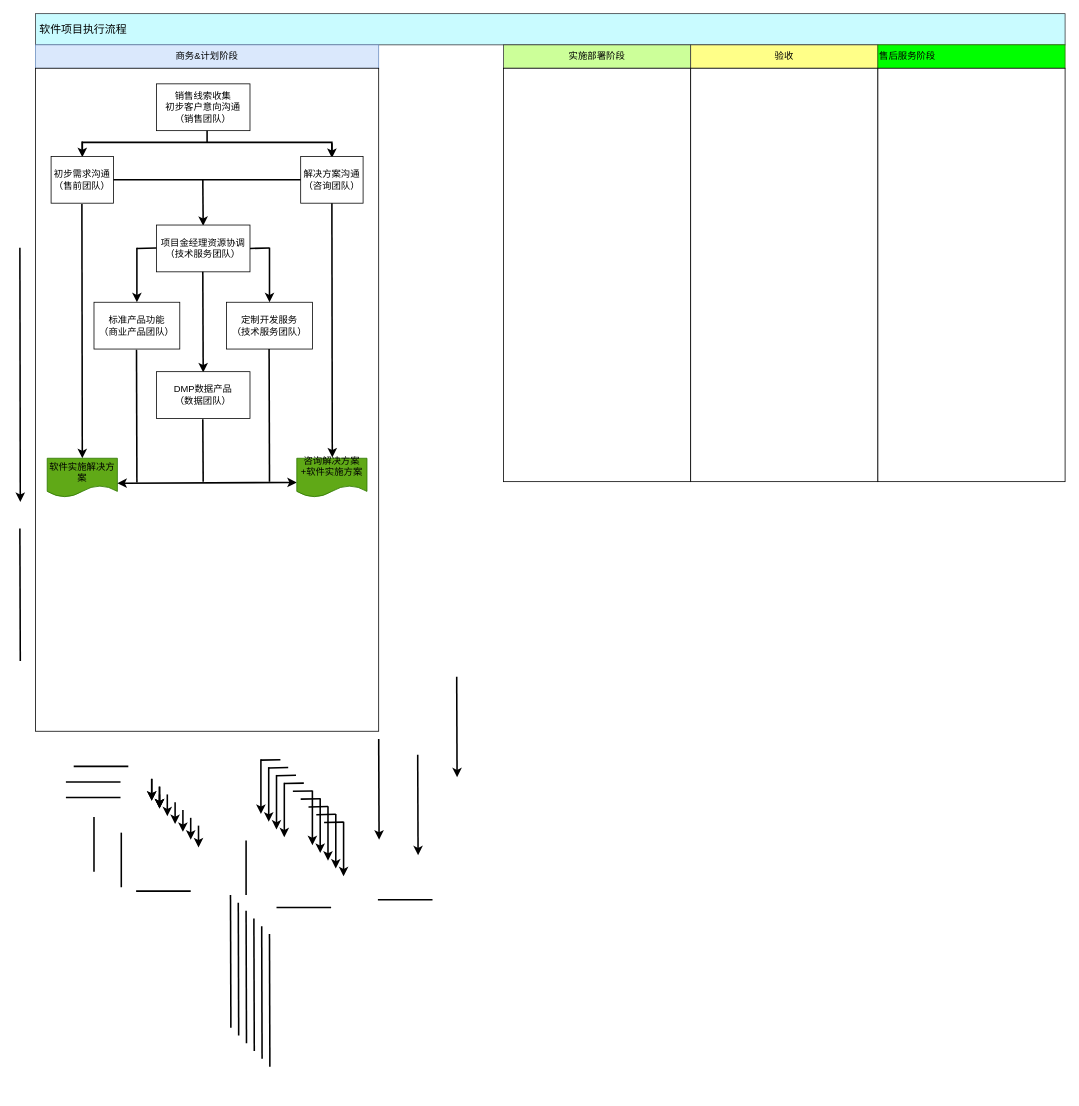
Before: 未命名绘图.drawio in pingxinerlun/Demo, a draw.io diagram. Source tidied: cells renumbered, new cells numbered last; positions are measured from the earlier drawing's top-left corner, leaving out a move shared by most shapes. Both pictures are drawn from the tidied source at 78%, with x=0, y=0 at pixel (20, 13).
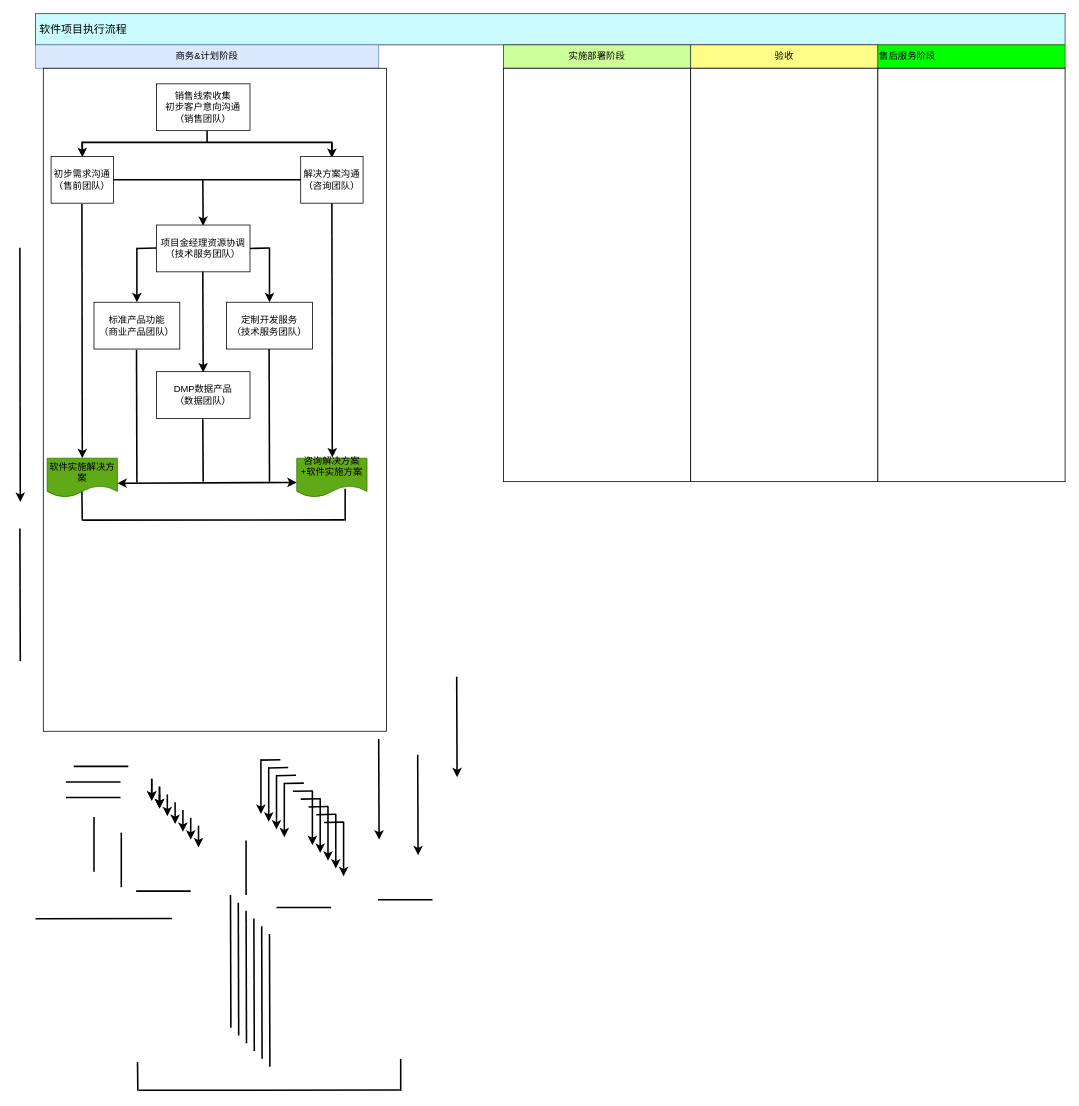
The same page after the edit.

Commit message:
左右大连接.drawio

The edit, as a diff of the source:
```diff
@@
     <mxCell id="7" style="rounded=0;whiteSpace=wrap;html=1;align=left;fillColor=#FFFFFF;" parent="1" vertex="1">
-      <mxGeometry x="20" y="70" width="440" height="850" as="geometry" />
+      <mxGeometry x="30" y="70" width="440" height="850" as="geometry" />
     </mxCell>
@@
+    <mxCell id="84" style="endArrow=none;html=1;strokeWidth=2;exitX=0.023;exitY=0.671;exitDx=0;exitDy=0;exitPerimeter=0;" parent="1" edge="1">
+      <mxGeometry relative="1" as="geometry">
+        <mxPoint x="81.1" y="649.3" as="sourcePoint" />
+        <mxPoint x="416" y="649" as="targetPoint" />
+      </mxGeometry>
+    </mxCell>
+    <mxCell id="85" style="endArrow=none;html=1;strokeWidth=2;exitX=0.023;exitY=0.671;exitDx=0;exitDy=0;exitPerimeter=0;" parent="1" edge="1">
+      <mxGeometry relative="1" as="geometry">
+        <mxPoint x="20" y="1160.3" as="sourcePoint" />
+        <mxPoint x="194.9" y="1160" as="targetPoint" />
+      </mxGeometry>
+    </mxCell>
+    <mxCell id="86" style="endArrow=none;html=1;strokeWidth=2;" parent="1" edge="1">
+      <mxGeometry relative="1" as="geometry">
+        <mxPoint x="80" y="650" as="sourcePoint" />
+        <mxPoint x="79.5" y="613" as="targetPoint" />
+      </mxGeometry>
+    </mxCell>
+    <mxCell id="87" style="endArrow=none;html=1;strokeWidth=2;" parent="1" edge="1">
+      <mxGeometry relative="1" as="geometry">
+        <mxPoint x="417" y="650" as="sourcePoint" />
+        <mxPoint x="417" y="609" as="targetPoint" />
+      </mxGeometry>
+    </mxCell>
+    <mxCell id="88" style="endArrow=none;html=1;strokeWidth=2;exitX=0.023;exitY=0.671;exitDx=0;exitDy=0;exitPerimeter=0;" parent="1" edge="1">
+      <mxGeometry relative="1" as="geometry">
+        <mxPoint x="152.4" y="1380.3" as="sourcePoint" />
+        <mxPoint x="487.2" y="1380" as="targetPoint" />
+      </mxGeometry>
+    </mxCell>
+    <mxCell id="89" style="endArrow=none;html=1;strokeWidth=2;" parent="1" edge="1">
+      <mxGeometry relative="1" as="geometry">
+        <mxPoint x="151.2" y="1381" as="sourcePoint" />
+        <mxPoint x="150.8" y="1344" as="targetPoint" />
+      </mxGeometry>
+    </mxCell>
+    <mxCell id="90" style="endArrow=none;html=1;strokeWidth=2;" parent="1" edge="1">
+      <mxGeometry relative="1" as="geometry">
+        <mxPoint x="488.2" y="1381" as="sourcePoint" />
+        <mxPoint x="488.2" y="1340" as="targetPoint" />
+      </mxGeometry>
+    </mxCell>
```
